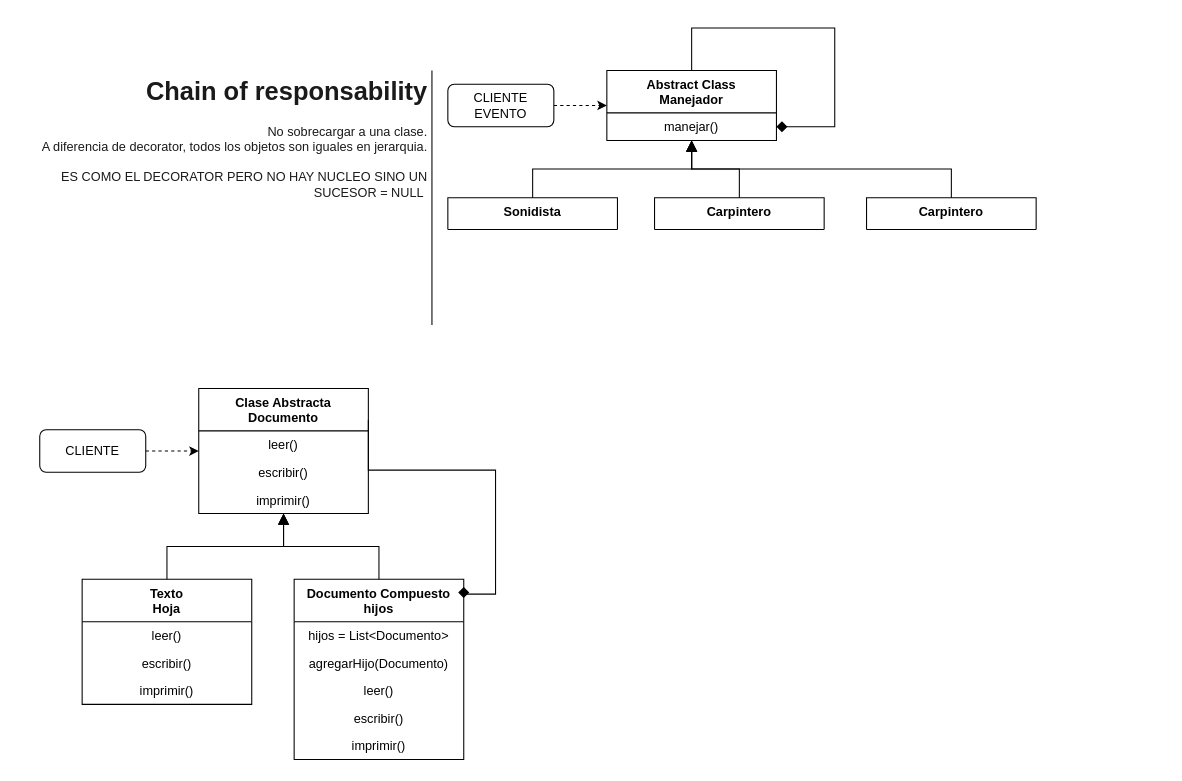
Before: page "7 Chain of responsability" (1 of 2) of Clase7.drawio in veroyols/I3007_patrones_de_disenio, a draw.io diagram. Source tidied: cells renumbered, new cells numbered last; positions are measured from the earlier drawing's top-left corner, leaving out a move shared by most shapes. Both pictures are drawn from the tidied source at 106%, with x=0, y=0 at pixel (18, 28).
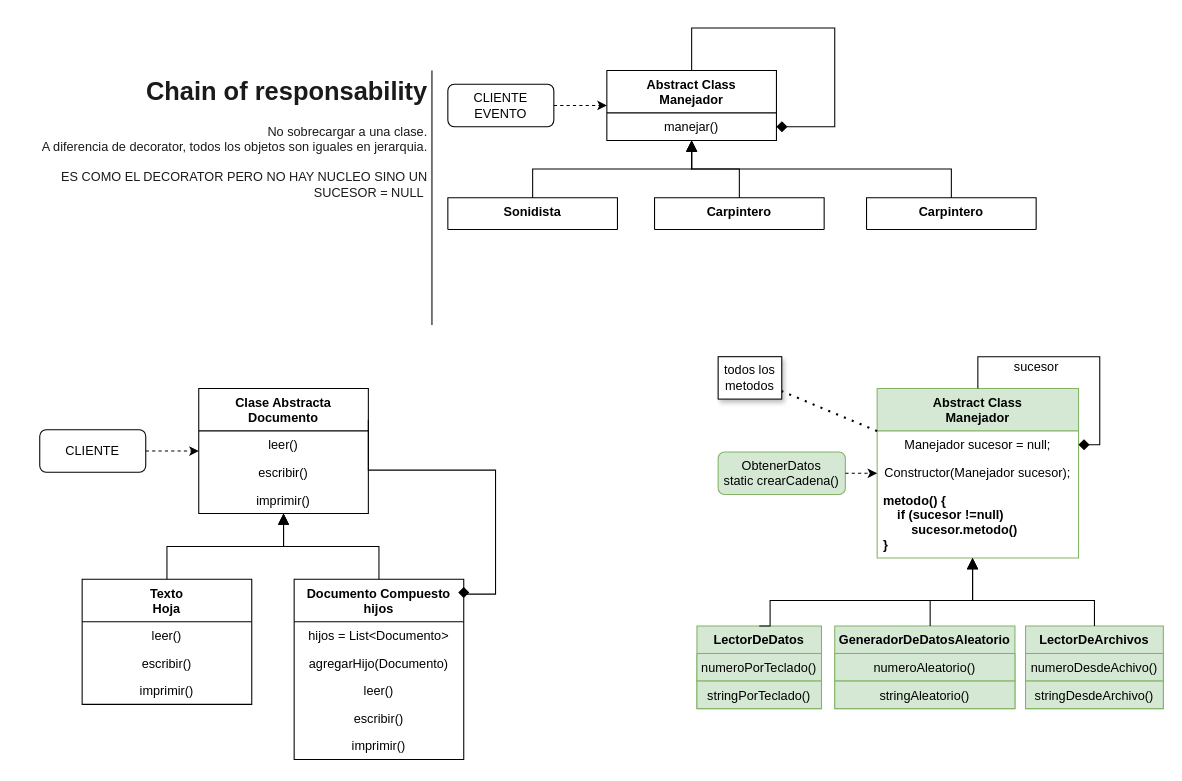
Above is the later version.

The edit, as a diff of the source:
```diff
@@
+    <mxCell id="34" value="Abstract Class &#10;Manejador" style="swimlane;fontStyle=1;align=center;verticalAlign=top;horizontal=1;startSize=40;fillColor=#d5e8d4;strokeColor=#82b366;" parent="1" vertex="1">
+      <mxGeometry x="810" y="340" width="190" height="160" as="geometry" />
+    </mxCell>
+    <mxCell id="35" value="Manejador sucesor = null;" style="text;strokeColor=none;fillColor=none;align=center;verticalAlign=top;spacingLeft=4;spacingRight=4;overflow=hidden;points=[[0,0.5],[1,0.5]];portConstraint=eastwest;" parent="34" vertex="1">
+      <mxGeometry y="40" width="190" height="26" as="geometry" />
+    </mxCell>
+    <mxCell id="36" style="endArrow=diamond;html=1;endFill=1;endSize=8;exitX=0.5;exitY=0;exitDx=0;exitDy=0;edgeStyle=orthogonalEdgeStyle;rounded=0;entryX=1;entryY=0.5;entryDx=0;entryDy=0;" parent="34" edge="1" source="34" target="35">
+      <mxGeometry relative="1" as="geometry">
+        <Array as="points">
+          <mxPoint x="95" y="-30" />
+          <mxPoint x="210" y="-30" />
+          <mxPoint x="210" y="53" />
+        </Array>
+      </mxGeometry>
+    </mxCell>
+    <mxCell id="37" value="Constructor(Manejador sucesor);" style="text;strokeColor=none;fillColor=none;align=center;verticalAlign=top;spacingLeft=4;spacingRight=4;overflow=hidden;" parent="34" vertex="1">
+      <mxGeometry y="66" width="190" height="26" as="geometry" />
+    </mxCell>
+    <mxCell id="38" value="metodo() {&#10;    if (sucesor !=null)&#10;        sucesor.metodo()&#10;}" style="text;strokeColor=none;fillColor=none;align=left;verticalAlign=top;spacingLeft=4;spacingRight=4;overflow=hidden;fontStyle=1;" parent="34" vertex="1">
+      <mxGeometry y="92" width="190" height="68" as="geometry" />
+    </mxCell>
+    <mxCell id="39" value="ObtenerDatos&lt;br&gt;static crearCadena()" style="rounded=1;whiteSpace=wrap;html=1;align=center;fillColor=#d5e8d4;strokeColor=#82b366;" parent="1" vertex="1">
+      <mxGeometry x="660" y="400" width="120" height="40" as="geometry" />
+    </mxCell>
+    <mxCell id="40" style="endArrow=classic;html=1;dashed=1;" parent="1" edge="1" source="39" target="34">
+      <mxGeometry relative="1" as="geometry" />
+    </mxCell>
+    <mxCell id="41" value="LectorDeArchivos" style="swimlane;fontStyle=1;align=center;verticalAlign=top;horizontal=1;startSize=26;fillColor=#d5e8d4;strokeColor=#82b366;" parent="1" vertex="1">
+      <mxGeometry x="950" y="564" width="130" height="78" as="geometry" />
+    </mxCell>
+    <mxCell id="42" value="numeroDesdeAchivo()" style="text;strokeColor=#82b366;fillColor=#d5e8d4;align=center;verticalAlign=top;spacingLeft=4;spacingRight=4;overflow=hidden;" parent="41" vertex="1">
+      <mxGeometry y="26" width="130" height="26" as="geometry" />
+    </mxCell>
+    <mxCell id="43" value="stringDesdeArchivo()" style="text;strokeColor=#82b366;fillColor=#d5e8d4;align=center;verticalAlign=top;spacingLeft=4;spacingRight=4;overflow=hidden;" parent="41" vertex="1">
+      <mxGeometry y="52" width="130" height="26" as="geometry" />
+    </mxCell>
+    <mxCell id="44" value="GeneradorDeDatosAleatorio" style="swimlane;fontStyle=1;align=center;verticalAlign=top;horizontal=1;startSize=26;fillColor=#d5e8d4;strokeColor=#82b366;" parent="1" vertex="1">
+      <mxGeometry x="770" y="564" width="170" height="78" as="geometry" />
+    </mxCell>
+    <mxCell id="45" value="numeroAleatorio()" style="text;strokeColor=#82b366;fillColor=#d5e8d4;align=center;verticalAlign=top;spacingLeft=4;spacingRight=4;overflow=hidden;" parent="44" vertex="1">
+      <mxGeometry y="26" width="170" height="26" as="geometry" />
+    </mxCell>
+    <mxCell id="46" value="stringAleatorio()" style="text;strokeColor=#82b366;fillColor=#d5e8d4;align=center;verticalAlign=top;spacingLeft=4;spacingRight=4;overflow=hidden;" parent="44" vertex="1">
+      <mxGeometry y="52" width="170" height="26" as="geometry" />
+    </mxCell>
+    <mxCell id="47" style="endArrow=block;html=1;endFill=1;endSize=8;edgeStyle=orthogonalEdgeStyle;rounded=0;" parent="1" edge="1" source="44" target="34">
+      <mxGeometry relative="1" as="geometry">
+        <Array as="points">
+          <mxPoint x="860" y="540" />
+          <mxPoint x="900" y="540" />
+        </Array>
+      </mxGeometry>
+    </mxCell>
+    <mxCell id="48" style="endArrow=block;html=1;endFill=1;endSize=8;edgeStyle=orthogonalEdgeStyle;rounded=0;exitX=0.5;exitY=0;exitDx=0;exitDy=0;" parent="1" edge="1" source="41" target="34">
+      <mxGeometry relative="1" as="geometry">
+        <Array as="points">
+          <mxPoint x="1015" y="540" />
+          <mxPoint x="900" y="540" />
+        </Array>
+      </mxGeometry>
+    </mxCell>
+    <mxCell id="49" value="sucesor" style="text;html=1;align=center;verticalAlign=middle;strokeColor=none;" parent="1" vertex="1">
+      <mxGeometry x="930" y="310" width="60" height="20" as="geometry" />
+    </mxCell>
+    <mxCell id="50" style="endArrow=none;dashed=1;html=1;dashPattern=1 3;strokeWidth=2;startSize=8;endSize=8;" parent="1" edge="1" source="34" target="51">
+      <mxGeometry relative="1" as="geometry" />
+    </mxCell>
+    <mxCell id="51" value="todos los metodos" style="rounded=0;whiteSpace=wrap;html=1;align=center;shadow=1;" parent="1" vertex="1">
+      <mxGeometry x="660" y="310" width="60" height="40" as="geometry" />
+    </mxCell>
+    <mxCell id="52" value="LectorDeDatos" style="swimlane;fontStyle=1;align=center;verticalAlign=top;horizontal=1;startSize=26;fillColor=#d5e8d4;strokeColor=#82b366;" parent="1" vertex="1">
+      <mxGeometry x="640" y="564" width="117.5" height="78" as="geometry" />
+    </mxCell>
+    <mxCell id="53" value="numeroPorTeclado()" style="text;strokeColor=#82b366;fillColor=#d5e8d4;align=center;verticalAlign=top;spacingLeft=4;spacingRight=4;overflow=hidden;" parent="52" vertex="1">
+      <mxGeometry y="26" width="117.5" height="26" as="geometry" />
+    </mxCell>
+    <mxCell id="54" value="stringPorTeclado()" style="text;strokeColor=#82b366;fillColor=#d5e8d4;align=center;verticalAlign=top;spacingLeft=4;spacingRight=4;overflow=hidden;" parent="52" vertex="1">
+      <mxGeometry y="52" width="117.5" height="26" as="geometry" />
+    </mxCell>
+    <mxCell id="55" style="endArrow=block;html=1;endFill=1;endSize=8;edgeStyle=orthogonalEdgeStyle;rounded=0;exitX=0.5;exitY=0;exitDx=0;exitDy=0;" parent="1" edge="1" source="52" target="34">
+      <mxGeometry relative="1" as="geometry">
+        <Array as="points">
+          <mxPoint x="709" y="540" />
+          <mxPoint x="900" y="540" />
+        </Array>
+      </mxGeometry>
+    </mxCell>
```
